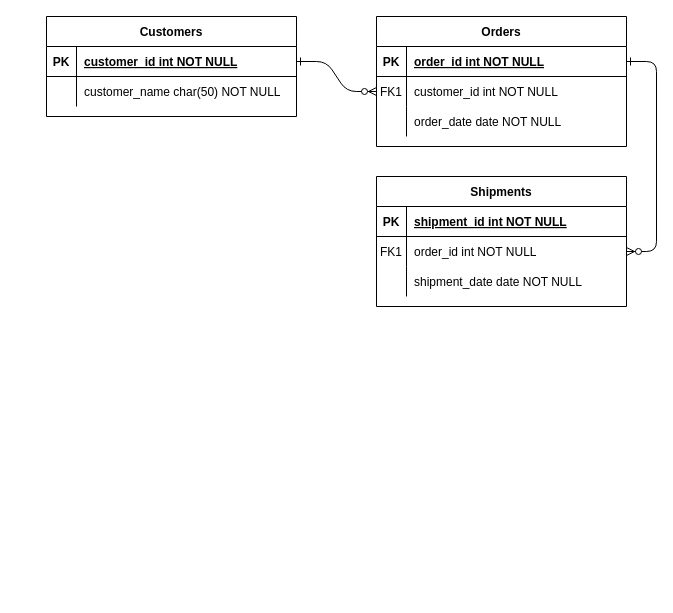
The draw.io diagram ERD/nestjs-entity-demo.drawio.xml in kseventech/nestjs-entity-demo, before the edit. Source tidied: cells renumbered, new cells numbered last; positions are measured from the earlier drawing's top-left corner, leaving out a move shared by most shapes. Both pictures are drawn from the tidied source at 100%, with x=0, y=0 at pixel (46, 16).
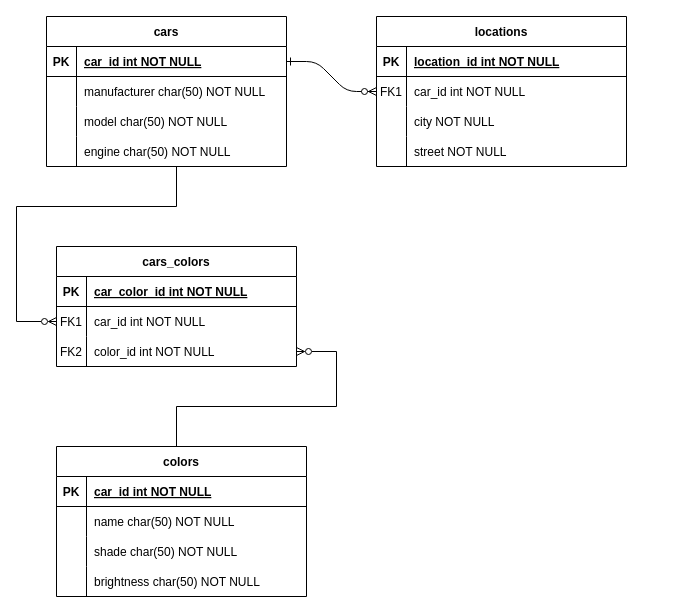
The same diagram, later.

Unchanged cells that the change refers to:
```xml
<mxCell id="5" style="shape=partialRectangle;fillColor=none;points=[[0,0.5],[1,0.5]];portConstraint=eastwest;top=0;left=0;right=0;bottom=1;" parent="4" vertex="1">
  <mxGeometry y="30" width="250" height="30" as="geometry" />
</mxCell>
<mxCell id="8" style="shape=partialRectangle;fillColor=none;points=[[0,0.5],[1,0.5]];portConstraint=eastwest;top=0;left=0;right=0;bottom=0;" parent="4" vertex="1">
  <mxGeometry y="60" width="250" height="30" as="geometry" />
</mxCell>
<mxCell id="11" style="shape=partialRectangle;fillColor=none;top=0;left=0;right=0;bottom=0;" parent="4" vertex="1">
  <mxGeometry y="90" width="250" height="30" as="geometry" />
</mxCell>
```

Change to the diagram source:
```diff
@@
-    <mxCell id="3" style="edgeStyle=entityRelationEdgeStyle;endArrow=ERzeroToMany;startArrow=ERone;endFill=1;startFill=0;" parent="1" edge="1" source="5" target="18">
-      <mxGeometry relative="1" as="geometry" />
-    </mxCell>
-    <mxCell id="4" value="Orders" style="shape=table;startSize=30;childLayout=tableLayout;rowLines=0;fontStyle=1;align=center;" parent="1" vertex="1">
-      <mxGeometry x="330" width="250" height="130" as="geometry" />
+    <mxCell id="4" value="locations" style="shape=table;startSize=30;childLayout=tableLayout;rowLines=0;fontStyle=1;align=center;" parent="1" vertex="1">
+      <mxGeometry x="330" width="250" height="150" as="geometry" />
     </mxCell>
@@
-    <mxCell id="7" value="order_id int NOT NULL " style="shape=partialRectangle;overflow=hidden;fillColor=none;top=0;left=0;bottom=0;right=0;align=left;spacingLeft=6;fontStyle=5;" parent="5" vertex="1">
+    <mxCell id="7" value="location_id int NOT NULL " style="shape=partialRectangle;overflow=hidden;fillColor=none;top=0;left=0;bottom=0;right=0;align=left;spacingLeft=6;fontStyle=5;" parent="5" vertex="1">
       <mxGeometry x="30" width="220" height="30" as="geometry" />
     </mxCell>
@@
-    <mxCell id="10" value="customer_id int NOT NULL" style="shape=partialRectangle;overflow=hidden;fillColor=none;top=0;left=0;bottom=0;right=0;align=left;spacingLeft=6;" parent="8" vertex="1">
+    <mxCell id="10" value="car_id int NOT NULL" style="shape=partialRectangle;overflow=hidden;fillColor=none;top=0;left=0;bottom=0;right=0;align=left;spacingLeft=6;" parent="8" vertex="1">
       <mxGeometry x="30" width="220" height="30" as="geometry" />
     </mxCell>
@@
-    <mxCell id="13" value="order_date date NOT NULL" style="shape=partialRectangle;overflow=hidden;fillColor=none;top=0;left=0;bottom=0;right=0;align=left;spacingLeft=6;" parent="11" vertex="1">
+    <mxCell id="13" value="city NOT NULL" style="shape=partialRectangle;overflow=hidden;fillColor=none;top=0;left=0;bottom=0;right=0;align=left;spacingLeft=6;" parent="11" vertex="1">
       <mxGeometry x="30" width="220" height="30" as="geometry" />
     </mxCell>
-    <mxCell id="14" value="Shipments" style="shape=table;startSize=30;childLayout=tableLayout;rowLines=0;fontStyle=1;align=center;" parent="1" vertex="1">
-      <mxGeometry x="330" y="160" width="250" height="130" as="geometry" />
-    </mxCell>
-    <mxCell id="15" style="shape=partialRectangle;fillColor=none;top=0;left=0;right=0;bottom=1;" parent="14" vertex="1">
-      <mxGeometry y="30" width="250" height="30" as="geometry" />
-    </mxCell>
-    <mxCell id="16" value="PK" style="shape=partialRectangle;overflow=hidden;fillColor=none;top=0;left=0;bottom=0;right=0;fontStyle=1;" parent="15" vertex="1">
-      <mxGeometry width="30" height="30" as="geometry" />
-    </mxCell>
-    <mxCell id="17" value="shipment_id int NOT NULL " style="shape=partialRectangle;overflow=hidden;fillColor=none;top=0;left=0;bottom=0;right=0;align=left;spacingLeft=6;fontStyle=5;" parent="15" vertex="1">
-      <mxGeometry x="30" width="220" height="30" as="geometry" />
-    </mxCell>
-    <mxCell id="18" style="shape=partialRectangle;fillColor=none;points=[[0,0.5],[1,0.5]];portConstraint=eastwest;top=0;left=0;right=0;bottom=0;" parent="14" vertex="1">
-      <mxGeometry y="60" width="250" height="30" as="geometry" />
-    </mxCell>
-    <mxCell id="19" value="FK1" style="shape=partialRectangle;overflow=hidden;fillColor=none;top=0;left=0;bottom=0;right=0;" parent="18" vertex="1">
-      <mxGeometry width="30" height="30" as="geometry" />
-    </mxCell>
-    <mxCell id="20" value="order_id int NOT NULL" style="shape=partialRectangle;overflow=hidden;fillColor=none;top=0;left=0;bottom=0;right=0;align=left;spacingLeft=6;" parent="18" vertex="1">
-      <mxGeometry x="30" width="220" height="30" as="geometry" />
-    </mxCell>
-    <mxCell id="21" style="shape=partialRectangle;fillColor=none;top=0;left=0;right=0;bottom=0;" parent="14" vertex="1">
-      <mxGeometry y="90" width="250" height="30" as="geometry" />
-    </mxCell>
-    <mxCell id="22" style="shape=partialRectangle;overflow=hidden;fillColor=none;top=0;left=0;bottom=0;right=0;" parent="21" vertex="1">
-      <mxGeometry width="30" height="30" as="geometry" />
-    </mxCell>
-    <mxCell id="23" value="shipment_date date NOT NULL" style="shape=partialRectangle;overflow=hidden;fillColor=none;top=0;left=0;bottom=0;right=0;align=left;spacingLeft=6;" parent="21" vertex="1">
-      <mxGeometry x="30" width="220" height="30" as="geometry" />
-    </mxCell>
+    <mxCell id="31" style="shape=partialRectangle;fillColor=none;top=0;left=0;right=0;bottom=0;" parent="4" vertex="1">
+      <mxGeometry y="120" width="250" height="30" as="geometry" />
+    </mxCell>
+    <mxCell id="32" style="shape=partialRectangle;overflow=hidden;fillColor=none;top=0;left=0;bottom=0;right=0;" parent="31" vertex="1">
+      <mxGeometry width="30" height="30" as="geometry" />
+    </mxCell>
+    <mxCell id="33" value="street NOT NULL" style="shape=partialRectangle;overflow=hidden;fillColor=none;top=0;left=0;bottom=0;right=0;align=left;spacingLeft=6;" parent="31" vertex="1">
+      <mxGeometry x="30" width="220" height="30" as="geometry" />
+    </mxCell>
+    <mxCell id="34" style="edgeStyle=orthogonalEdgeStyle;rounded=0;jettySize=auto;html=1;endArrow=ERzeroToMany;endFill=0;" parent="1" edge="1" source="24" target="45">
+      <mxGeometry relative="1" as="geometry">
+        <Array as="points">
+          <mxPoint x="130" y="190" />
+          <mxPoint x="-30" y="190" />
+          <mxPoint x="-30" y="305" />
+        </Array>
+      </mxGeometry>
+    </mxCell>
-    <mxCell id="24" value="Customers" style="shape=table;startSize=30;childLayout=tableLayout;rowLines=0;fontStyle=1;align=center;" parent="1" vertex="1">
-      <mxGeometry width="250" height="100" as="geometry" />
+    <mxCell id="24" value="cars" style="shape=table;startSize=30;childLayout=tableLayout;rowLines=0;fontStyle=1;align=center;" parent="1" vertex="1">
+      <mxGeometry width="240" height="150" as="geometry" />
     </mxCell>
     <mxCell id="25" style="shape=partialRectangle;fillColor=none;points=[[0,0.5],[1,0.5]];portConstraint=eastwest;top=0;left=0;right=0;bottom=1;" parent="24" vertex="1">
-      <mxGeometry y="30" width="250" height="30" as="geometry" />
+      <mxGeometry y="30" width="240" height="30" as="geometry" />
     </mxCell>
@@
-    <mxCell id="27" value="customer_id int NOT NULL " style="shape=partialRectangle;overflow=hidden;fillColor=none;top=0;left=0;bottom=0;right=0;align=left;spacingLeft=6;fontStyle=5;" parent="25" vertex="1">
-      <mxGeometry x="30" width="220" height="30" as="geometry" />
+    <mxCell id="27" value="car_id int NOT NULL " style="shape=partialRectangle;overflow=hidden;fillColor=none;top=0;left=0;bottom=0;right=0;align=left;spacingLeft=6;fontStyle=5;" parent="25" vertex="1">
+      <mxGeometry x="30" width="210" height="30" as="geometry" />
     </mxCell>
     <mxCell id="28" style="shape=partialRectangle;fillColor=none;top=0;left=0;right=0;bottom=0;" parent="24" vertex="1">
-      <mxGeometry y="60" width="250" height="30" as="geometry" />
+      <mxGeometry y="60" width="240" height="30" as="geometry" />
     </mxCell>
@@
-    <mxCell id="30" value="customer_name char(50) NOT NULL" style="shape=partialRectangle;overflow=hidden;fillColor=none;top=0;left=0;bottom=0;right=0;align=left;spacingLeft=6;" parent="28" vertex="1">
-      <mxGeometry x="30" width="220" height="30" as="geometry" />
+    <mxCell id="30" value="manufacturer char(50) NOT NULL" style="shape=partialRectangle;overflow=hidden;fillColor=none;top=0;left=0;bottom=0;right=0;align=left;spacingLeft=6;" parent="28" vertex="1">
+      <mxGeometry x="30" width="210" height="30" as="geometry" />
     </mxCell>
+    <mxCell id="35" style="shape=partialRectangle;fillColor=none;top=0;left=0;right=0;bottom=0;" parent="24" vertex="1">
+      <mxGeometry y="90" width="240" height="30" as="geometry" />
+    </mxCell>
+    <mxCell id="36" style="shape=partialRectangle;overflow=hidden;fillColor=none;top=0;left=0;bottom=0;right=0;" parent="35" vertex="1">
+      <mxGeometry width="30" height="30" as="geometry" />
+    </mxCell>
+    <mxCell id="37" value="model char(50) NOT NULL" style="shape=partialRectangle;overflow=hidden;fillColor=none;top=0;left=0;bottom=0;right=0;align=left;spacingLeft=6;" parent="35" vertex="1">
+      <mxGeometry x="30" width="210" height="30" as="geometry" />
+    </mxCell>
+    <mxCell id="38" style="shape=partialRectangle;fillColor=none;top=0;left=0;right=0;bottom=0;" parent="24" vertex="1">
+      <mxGeometry y="120" width="240" height="30" as="geometry" />
+    </mxCell>
+    <mxCell id="39" style="shape=partialRectangle;overflow=hidden;fillColor=none;top=0;left=0;bottom=0;right=0;" parent="38" vertex="1">
+      <mxGeometry width="30" height="30" as="geometry" />
+    </mxCell>
+    <mxCell id="40" value="engine char(50) NOT NULL" style="shape=partialRectangle;overflow=hidden;fillColor=none;top=0;left=0;bottom=0;right=0;align=left;spacingLeft=6;" parent="38" vertex="1">
+      <mxGeometry x="30" width="210" height="30" as="geometry" />
+    </mxCell>
+    <mxCell id="41" value="cars_colors" style="shape=table;startSize=30;childLayout=tableLayout;rowLines=0;fontStyle=1;align=center;" parent="1" vertex="1">
+      <mxGeometry x="10" y="230" width="240" height="120" as="geometry" />
+    </mxCell>
+    <mxCell id="42" style="shape=partialRectangle;fillColor=none;top=0;left=0;right=0;bottom=1;" parent="41" vertex="1">
+      <mxGeometry y="30" width="240" height="30" as="geometry" />
+    </mxCell>
+    <mxCell id="43" value="PK" style="shape=partialRectangle;overflow=hidden;fillColor=none;top=0;left=0;bottom=0;right=0;fontStyle=1;" parent="42" vertex="1">
+      <mxGeometry width="30" height="30" as="geometry" />
+    </mxCell>
+    <mxCell id="44" value="car_color_id int NOT NULL " style="shape=partialRectangle;overflow=hidden;fillColor=none;top=0;left=0;bottom=0;right=0;align=left;spacingLeft=6;fontStyle=5;" parent="42" vertex="1">
+      <mxGeometry x="30" width="210" height="30" as="geometry" />
+    </mxCell>
+    <mxCell id="45" style="shape=partialRectangle;fillColor=none;points=[[0,0.5],[1,0.5]];portConstraint=eastwest;top=0;left=0;right=0;bottom=0;" parent="41" vertex="1">
+      <mxGeometry y="60" width="240" height="30" as="geometry" />
+    </mxCell>
+    <mxCell id="19" value="FK1" style="shape=partialRectangle;overflow=hidden;fillColor=none;top=0;left=0;bottom=0;right=0;" parent="45" vertex="1">
+      <mxGeometry width="30" height="30" as="geometry" />
+    </mxCell>
+    <mxCell id="46" value="car_id int NOT NULL" style="shape=partialRectangle;overflow=hidden;fillColor=none;top=0;left=0;bottom=0;right=0;align=left;spacingLeft=6;" parent="45" vertex="1">
+      <mxGeometry x="30" width="210" height="30" as="geometry" />
+    </mxCell>
+    <mxCell id="47" style="shape=partialRectangle;fillColor=none;points=[[0,0.5],[1,0.5]];portConstraint=eastwest;top=0;left=0;right=0;bottom=0;" parent="41" vertex="1">
+      <mxGeometry y="90" width="240" height="30" as="geometry" />
+    </mxCell>
+    <mxCell id="48" value="FK2" style="shape=partialRectangle;overflow=hidden;fillColor=none;top=0;left=0;bottom=0;right=0;" parent="47" vertex="1">
+      <mxGeometry width="30" height="30" as="geometry" />
+    </mxCell>
+    <mxCell id="49" value="color_id int NOT NULL" style="shape=partialRectangle;overflow=hidden;fillColor=none;top=0;left=0;bottom=0;right=0;align=left;spacingLeft=6;" parent="47" vertex="1">
+      <mxGeometry x="30" width="210" height="30" as="geometry" />
+    </mxCell>
+    <mxCell id="50" style="edgeStyle=orthogonalEdgeStyle;rounded=0;jettySize=auto;html=1;endArrow=ERzeroToMany;endFill=0;" parent="1" edge="1" source="51" target="47">
+      <mxGeometry relative="1" as="geometry">
+        <Array as="points">
+          <mxPoint x="130" y="390" />
+          <mxPoint x="290" y="390" />
+          <mxPoint x="290" y="335" />
+        </Array>
+      </mxGeometry>
+    </mxCell>
+    <mxCell id="51" value="colors" style="shape=table;startSize=30;childLayout=tableLayout;rowLines=0;fontStyle=1;align=center;" parent="1" vertex="1">
+      <mxGeometry x="10" y="430" width="250" height="150" as="geometry" />
+    </mxCell>
+    <mxCell id="15" style="shape=partialRectangle;fillColor=none;top=0;left=0;right=0;bottom=1;" parent="51" vertex="1">
+      <mxGeometry y="30" width="250" height="30" as="geometry" />
+    </mxCell>
+    <mxCell id="52" value="PK" style="shape=partialRectangle;overflow=hidden;fillColor=none;top=0;left=0;bottom=0;right=0;fontStyle=1;" parent="15" vertex="1">
+      <mxGeometry width="30" height="30" as="geometry" />
+    </mxCell>
+    <mxCell id="53" value="car_id int NOT NULL " style="shape=partialRectangle;overflow=hidden;fillColor=none;top=0;left=0;bottom=0;right=0;align=left;spacingLeft=6;fontStyle=5;" parent="15" vertex="1">
+      <mxGeometry x="30" width="220" height="30" as="geometry" />
+    </mxCell>
+    <mxCell id="18" style="shape=partialRectangle;fillColor=none;points=[[0,0.5],[1,0.5]];portConstraint=eastwest;top=0;left=0;right=0;bottom=0;" parent="51" vertex="1">
+      <mxGeometry y="60" width="250" height="30" as="geometry" />
+    </mxCell>
+    <mxCell id="54" style="shape=partialRectangle;overflow=hidden;fillColor=none;top=0;left=0;bottom=0;right=0;" parent="18" vertex="1">
+      <mxGeometry width="30" height="30" as="geometry" />
+    </mxCell>
+    <mxCell id="55" value="name char(50) NOT NULL" style="shape=partialRectangle;overflow=hidden;fillColor=none;top=0;left=0;bottom=0;right=0;align=left;spacingLeft=6;" parent="18" vertex="1">
+      <mxGeometry x="30" width="220" height="30" as="geometry" />
+    </mxCell>
+    <mxCell id="21" style="shape=partialRectangle;fillColor=none;top=0;left=0;right=0;bottom=0;" parent="51" vertex="1">
+      <mxGeometry y="90" width="250" height="30" as="geometry" />
+    </mxCell>
+    <mxCell id="56" style="shape=partialRectangle;overflow=hidden;fillColor=none;top=0;left=0;bottom=0;right=0;" parent="21" vertex="1">
+      <mxGeometry width="30" height="30" as="geometry" />
+    </mxCell>
+    <mxCell id="57" value="shade char(50) NOT NULL" style="shape=partialRectangle;overflow=hidden;fillColor=none;top=0;left=0;bottom=0;right=0;align=left;spacingLeft=6;" parent="21" vertex="1">
+      <mxGeometry x="30" width="220" height="30" as="geometry" />
+    </mxCell>
+    <mxCell id="58" style="shape=partialRectangle;fillColor=none;top=0;left=0;right=0;bottom=0;" parent="51" vertex="1">
+      <mxGeometry y="120" width="250" height="30" as="geometry" />
+    </mxCell>
+    <mxCell id="59" style="shape=partialRectangle;overflow=hidden;fillColor=none;top=0;left=0;bottom=0;right=0;" parent="58" vertex="1">
+      <mxGeometry width="30" height="30" as="geometry" />
+    </mxCell>
+    <mxCell id="60" value="brightness char(50) NOT NULL" style="shape=partialRectangle;overflow=hidden;fillColor=none;top=0;left=0;bottom=0;right=0;align=left;spacingLeft=6;" parent="58" vertex="1">
+      <mxGeometry x="30" width="220" height="30" as="geometry" />
+    </mxCell>
```
